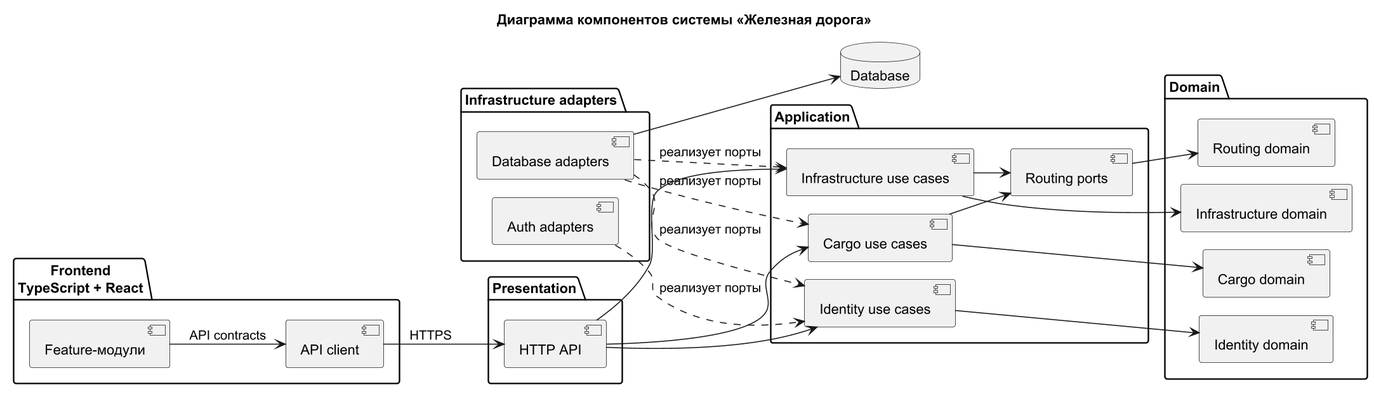
Above: uml/component-diagram/Компоненты_системы.png in Gu4rDe/railway (PlantUML), before the change.
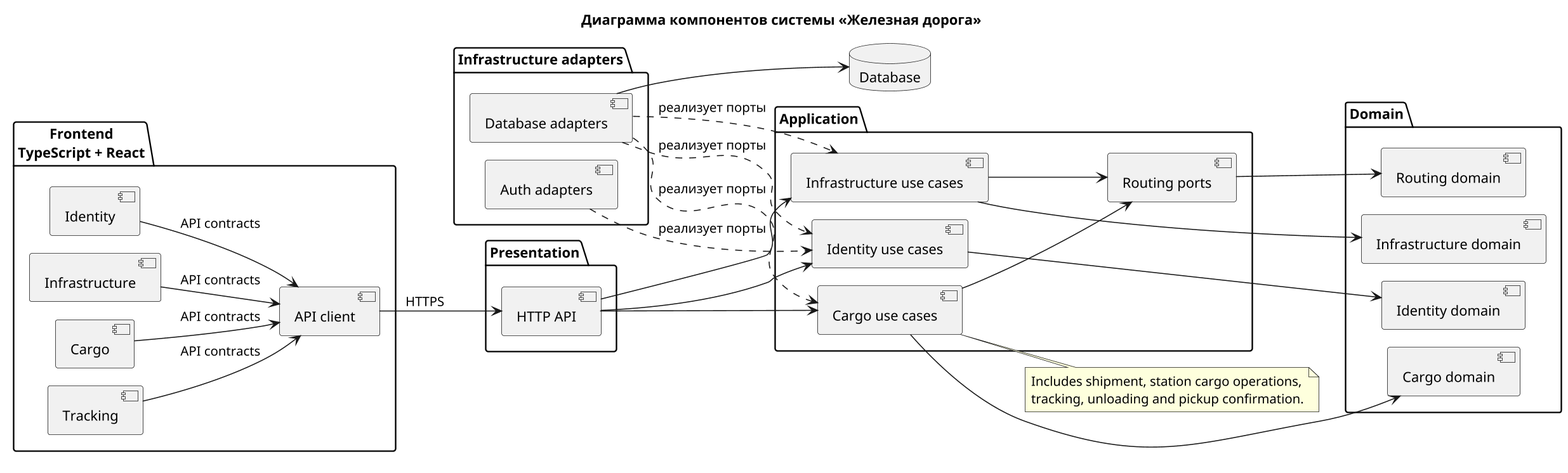
The same diagram one commit later.

What changed in the source:
```diff
@@ -10,7 +10,10 @@
 left to right direction
 
 package "Frontend\nTypeScript + React" {
-  [Feature-модули] as Features
+  [Identity] as IdentityFeature
+  [Infrastructure] as InfrastructureFeature
+  [Cargo] as CargoFeature
+  [Tracking] as TrackingFeature
   [API client] as ApiClient
 }
 
@@ -39,7 +42,10 @@
 
 database "Database" as DB
 
-Features --> ApiClient : API contracts
+IdentityFeature --> ApiClient : API contracts
+InfrastructureFeature --> ApiClient : API contracts
+CargoFeature --> ApiClient : API contracts
+TrackingFeature --> ApiClient : API contracts
 ApiClient --> HttpApi : HTTPS
 HttpApi --> IdentityApp
 HttpApi --> InfrastructureApp
@@ -55,4 +61,9 @@
 DatabaseAdapters ..> CargoApp : реализует порты
 AuthAdapters ..> IdentityApp : реализует порты
 DatabaseAdapters --> DB
+
+note right of CargoApp
+Includes shipment, station cargo operations,
+tracking, unloading and pickup confirmation.
+end note
 @enduml
```
